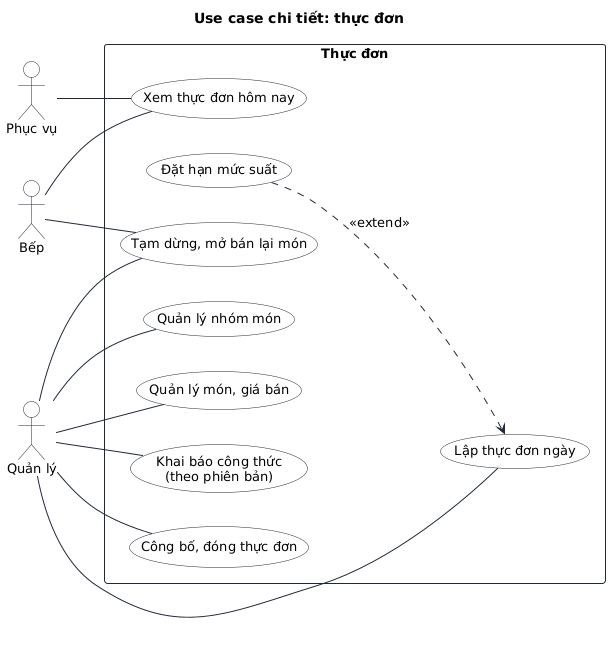
Before: docs/bao-cao-ltnc/uml/uc-thuc-don.png, a diagram exported from PlantUML (Anpham120/restaurant-management-system).
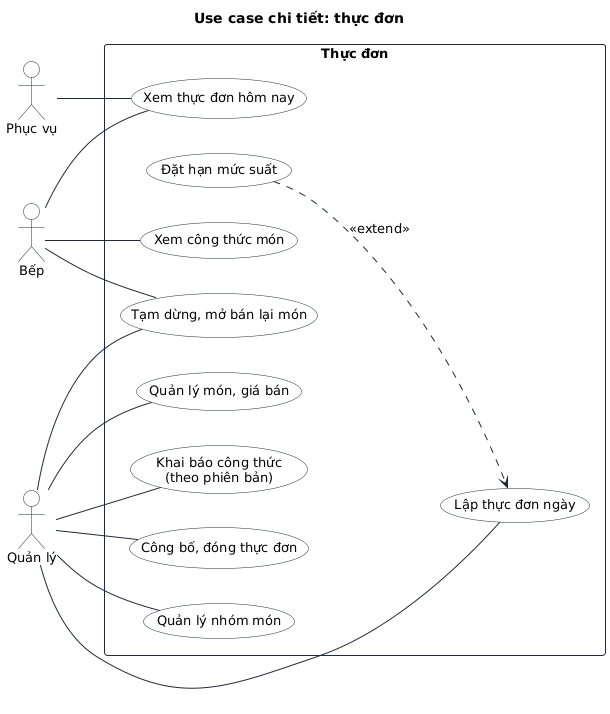
Later version of the same file.

Change to the diagram source:
```diff
@@ -8,6 +8,7 @@
 rectangle "Thực đơn" {
   usecase "Xem thực đơn hôm nay" as T8
   usecase "Tạm dừng, mở bán lại món" as T7
+  usecase "Xem công thức món" as T9
   usecase "Quản lý nhóm món" as T1
   usecase "Quản lý món, giá bán" as T2
   usecase "Khai báo công thức\n(theo phiên bản)" as T3
@@ -18,6 +19,7 @@
 W -- T8
 K -- T8
 K -- T7
+K -- T9
 M -- T7
 M -- T1
 M -- T2
```
